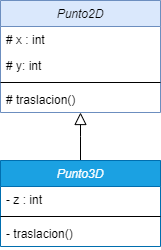
Above: UML/ejrA.drawio.png in GonzaloGmv/ejercicios-de-herencias (draw.io), before the change. Source tidied: cells renumbered, new cells last; positions are measured from the earlier drawing's top-left corner, leaving out a move shared by most shapes.
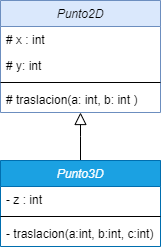
Later version of the same file.

Change to the diagram source:
```diff
@@ -14,7 +14,7 @@
     <mxCell id="5" style="line;html=1;strokeWidth=1;align=left;verticalAlign=middle;spacingTop=-1;spacingLeft=3;spacingRight=3;labelPosition=right;" parent="2" vertex="1">
       <mxGeometry y="78" width="160" height="8" as="geometry" />
     </mxCell>
-    <mxCell id="6" value="# traslacion()" style="text;align=left;verticalAlign=top;spacingLeft=4;spacingRight=4;overflow=hidden;" parent="2" vertex="1">
+    <mxCell id="6" value="# traslacion(a: int, b: int )" style="text;align=left;verticalAlign=top;spacingLeft=4;spacingRight=4;overflow=hidden;" parent="2" vertex="1">
       <mxGeometry y="86" width="160" height="26" as="geometry" />
     </mxCell>
     <mxCell id="7" style="endArrow=block;endSize=10;endFill=0;shadow=0;strokeWidth=1;rounded=0;edgeStyle=elbowEdgeStyle;elbow=vertical;exitX=0.5;exitY=0;exitDx=0;exitDy=0;" parent="1" edge="1" source="8" target="2">
@@ -29,7 +29,7 @@
     <mxCell id="10" style="line;html=1;strokeWidth=1;align=left;verticalAlign=middle;spacingTop=-1;spacingLeft=3;spacingRight=3;labelPosition=right;" parent="8" vertex="1">
       <mxGeometry y="52" width="160" height="8" as="geometry" />
     </mxCell>
-    <mxCell id="11" value="- traslacion()" style="text;align=left;verticalAlign=top;spacingLeft=4;spacingRight=4;overflow=hidden;" parent="8" vertex="1">
+    <mxCell id="11" value="- traslacion(a:int, b:int, c:int)" style="text;align=left;verticalAlign=top;spacingLeft=4;spacingRight=4;overflow=hidden;" parent="8" vertex="1">
       <mxGeometry y="60" width="160" height="26" as="geometry" />
     </mxCell>
   </root>
```
